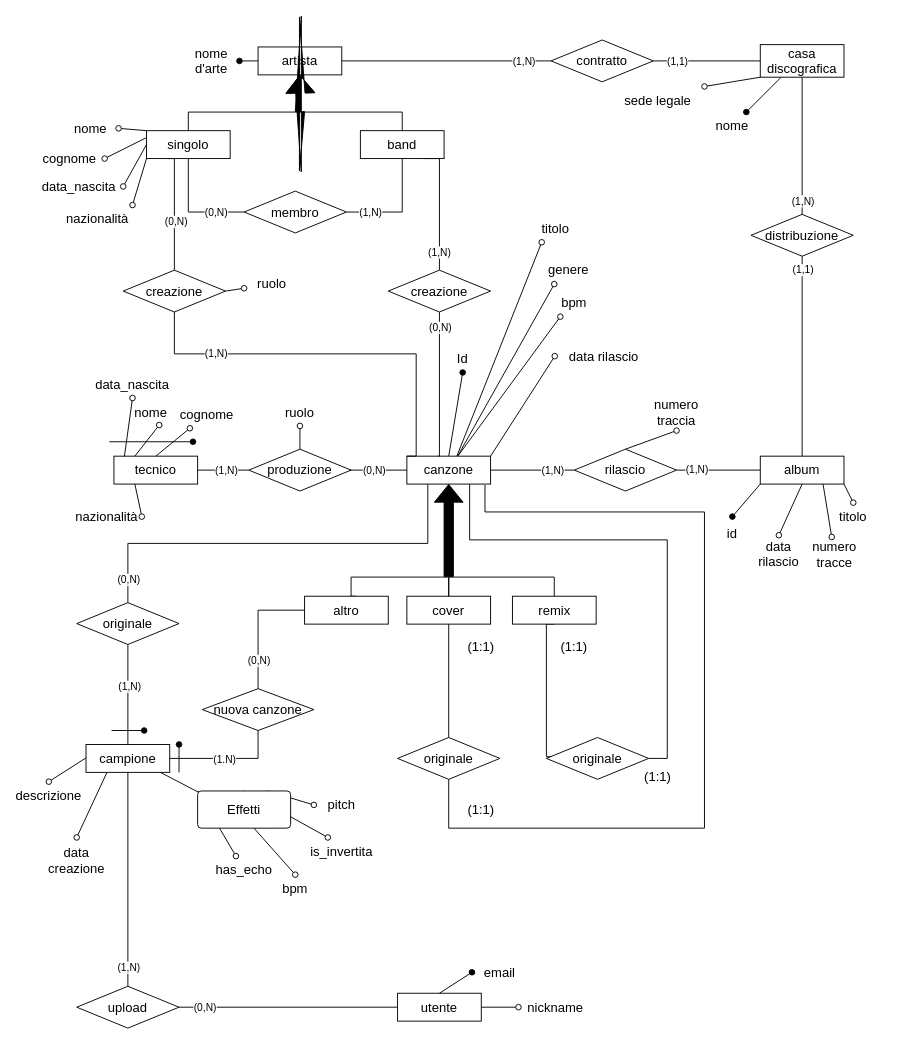
The draw.io diagram diagramma er v2.drawio in Stef4noo/materiale-progetto-basi, before the edit. Source tidied: cells renumbered, new cells numbered last; positions are measured from the earlier drawing's top-left corner, leaving out a move shared by most shapes. Both pictures are drawn from the tidied source at 93%, with x=0, y=0 at pixel (20, 39).
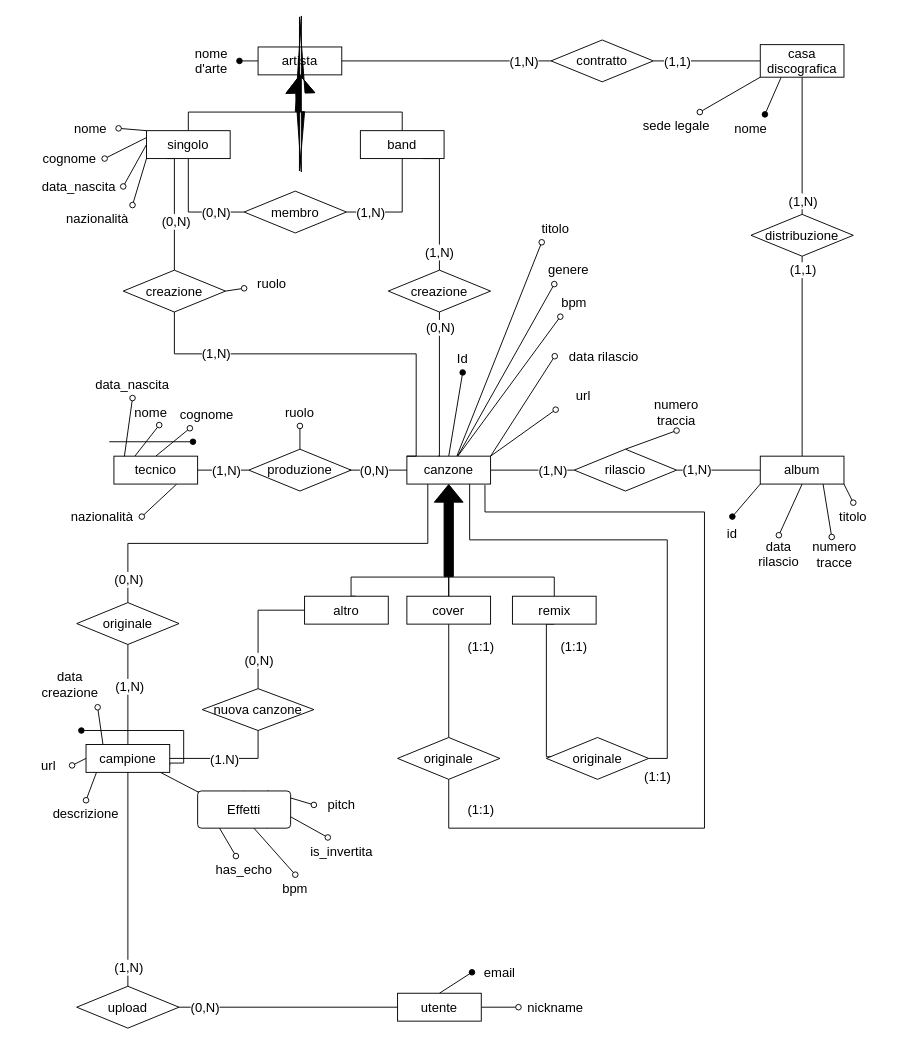
The same page after the edit.

The change refers to these unchanged cells:
```xml
<mxCell id="7" style="edgeStyle=orthogonalEdgeStyle;rounded=0;jettySize=auto;html=1;exitX=0.25;exitY=1;exitDx=0;exitDy=0;entryX=0.5;entryY=0;entryDx=0;entryDy=0;endArrow=none;endFill=0;fontSize=14;" parent="1" edge="1" source="9" target="30">
  <mxGeometry relative="1" as="geometry" />
</mxCell>
<mxCell id="9" value="canzone" style="whiteSpace=wrap;html=1;align=center;labelBackgroundColor=none;fontSize=14;" parent="1" vertex="1">
  <mxGeometry x="415" y="448" width="90" height="30" as="geometry" />
</mxCell>
<mxCell id="18" value="campione" style="whiteSpace=wrap;html=1;align=center;labelBackgroundColor=none;fontSize=14;" parent="1" vertex="1">
  <mxGeometry x="70" y="758" width="90" height="30" as="geometry" />
</mxCell>
<mxCell id="19" style="edgeStyle=orthogonalEdgeStyle;rounded=0;jettySize=auto;html=1;entryX=1;entryY=0.5;entryDx=0;entryDy=0;endArrow=none;endFill=0;labelBackgroundColor=none;fontColor=default;fontSize=14;" parent="1" edge="1" source="24" target="9">
  <mxGeometry relative="1" as="geometry" />
</mxCell>
<mxCell id="21" style="edgeStyle=orthogonalEdgeStyle;rounded=0;jettySize=auto;html=1;entryX=0;entryY=0.5;entryDx=0;entryDy=0;endArrow=none;endFill=0;labelBackgroundColor=none;fontColor=default;fontSize=14;" parent="1" edge="1" source="24" target="14">
  <mxGeometry relative="1" as="geometry" />
</mxCell>
<mxCell id="25" style="edgeStyle=orthogonalEdgeStyle;rounded=0;jettySize=auto;html=1;exitX=0.75;exitY=1;exitDx=0;exitDy=0;entryX=0.5;entryY=0;entryDx=0;entryDy=0;endArrow=none;endFill=0;fontSize=14;" parent="1" edge="1" source="27" target="127">
  <mxGeometry relative="1" as="geometry">
    <Array as="points">
      <mxPoint x="450" y="128" />
    </Array>
  </mxGeometry>
</mxCell>
<mxCell id="28" style="edgeStyle=orthogonalEdgeStyle;rounded=0;jettySize=auto;html=1;exitX=0.5;exitY=1;exitDx=0;exitDy=0;endArrow=none;endFill=0;fontSize=14;" parent="1" edge="1" source="30" target="18">
  <mxGeometry relative="1" as="geometry" />
</mxCell>
<mxCell id="31" style="edgeStyle=orthogonalEdgeStyle;rounded=0;jettySize=auto;html=1;exitX=0.5;exitY=0;exitDx=0;exitDy=0;entryX=0;entryY=0.5;entryDx=0;entryDy=0;endArrow=none;endFill=0;fontSize=14;" parent="1" edge="1" source="33" target="136">
  <mxGeometry relative="1" as="geometry" />
</mxCell>
<mxCell id="37" style="edgeStyle=orthogonalEdgeStyle;rounded=0;jettySize=auto;html=1;entryX=0.5;entryY=1;entryDx=0;entryDy=0;endArrow=none;endFill=0;fontSize=14;" parent="1" edge="1" source="41" target="18">
  <mxGeometry relative="1" as="geometry" />
</mxCell>
<mxCell id="39" style="edgeStyle=orthogonalEdgeStyle;rounded=0;jettySize=auto;html=1;exitX=1;exitY=0.5;exitDx=0;exitDy=0;entryX=0;entryY=0.5;entryDx=0;entryDy=0;endArrow=none;endFill=0;fontSize=14;" parent="1" edge="1" source="41" target="36">
  <mxGeometry relative="1" as="geometry" />
</mxCell>
<mxCell id="42" style="edgeStyle=orthogonalEdgeStyle;rounded=0;jettySize=auto;html=1;exitX=0;exitY=0.5;exitDx=0;exitDy=0;entryX=0.5;entryY=1;entryDx=0;entryDy=0;endArrow=none;endFill=0;fontSize=14;" parent="1" edge="1" source="46" target="54">
  <mxGeometry relative="1" as="geometry" />
</mxCell>
<mxCell id="44" style="edgeStyle=orthogonalEdgeStyle;rounded=0;jettySize=auto;html=1;exitX=1;exitY=0.5;exitDx=0;exitDy=0;entryX=0.5;entryY=1;entryDx=0;entryDy=0;endArrow=none;endFill=0;fontSize=14;" parent="1" edge="1" source="46" target="27">
  <mxGeometry relative="1" as="geometry" />
</mxCell>
<mxCell id="51" style="edgeStyle=orthogonalEdgeStyle;rounded=0;jettySize=auto;html=1;exitX=0.25;exitY=1;exitDx=0;exitDy=0;endArrow=none;endFill=0;fontSize=14;" parent="1" edge="1" source="54" target="62">
  <mxGeometry relative="1" as="geometry">
    <Array as="points">
      <mxPoint x="165" y="128" />
    </Array>
  </mxGeometry>
</mxCell>
<mxCell id="60" value="tecnico" style="whiteSpace=wrap;html=1;align=center;labelBackgroundColor=none;fontSize=14;" parent="1" vertex="1">
  <mxGeometry x="100" y="448" width="90" height="30" as="geometry" />
</mxCell>
<mxCell id="63" style="edgeStyle=orthogonalEdgeStyle;rounded=0;jettySize=auto;html=1;shape=wire;dashed=1;endArrow=none;endFill=0;entryX=0;entryY=0.5;entryDx=0;entryDy=0;exitX=1;exitY=0.5;exitDx=0;exitDy=0;fontSize=14;" parent="1" edge="1" source="68" target="9">
  <mxGeometry relative="1" as="geometry">
    <Array as="points">
      <mxPoint x="345" y="463" />
      <mxPoint x="345" y="463" />
    </Array>
  </mxGeometry>
</mxCell>
<mxCell id="66" style="edgeStyle=orthogonalEdgeStyle;rounded=0;jettySize=auto;html=1;exitX=0;exitY=0.5;exitDx=0;exitDy=0;entryX=1;entryY=0.5;entryDx=0;entryDy=0;endArrow=none;endFill=0;fontSize=14;" parent="1" edge="1" source="68" target="60">
  <mxGeometry relative="1" as="geometry" />
</mxCell>
<mxCell id="69" style="edgeStyle=orthogonalEdgeStyle;rounded=0;jettySize=auto;html=1;entryX=0;entryY=0;entryDx=0;entryDy=0;endArrow=none;endFill=0;exitX=0.5;exitY=1;exitDx=0;exitDy=0;fontSize=14;" parent="1" edge="1" source="62" target="9">
  <mxGeometry relative="1" as="geometry">
    <Array as="points">
      <mxPoint x="165" y="338" />
      <mxPoint x="425" y="338" />
      <mxPoint x="425" y="448" />
    </Array>
  </mxGeometry>
</mxCell>
<mxCell id="71" style="edgeStyle=orthogonalEdgeStyle;rounded=0;jettySize=auto;html=1;exitX=0;exitY=0.5;exitDx=0;exitDy=0;entryX=1;entryY=0.5;entryDx=0;entryDy=0;endArrow=none;endFill=0;fontSize=14;" parent="1" edge="1" source="77" target="80">
  <mxGeometry relative="1" as="geometry" />
</mxCell>
<mxCell id="77" value="casa discografica" style="whiteSpace=wrap;html=1;align=center;labelBackgroundColor=none;fontSize=14;" parent="1" vertex="1">
  <mxGeometry x="795" y="5.5" width="90" height="35" as="geometry" />
</mxCell>
<mxCell id="78" style="edgeStyle=orthogonalEdgeStyle;rounded=0;jettySize=auto;html=1;exitX=0;exitY=0.5;exitDx=0;exitDy=0;entryX=1;entryY=0.5;entryDx=0;entryDy=0;endArrow=none;endFill=0;fontSize=14;" parent="1" edge="1" source="80" target="56">
  <mxGeometry relative="1" as="geometry" />
</mxCell>
<mxCell id="81" style="edgeStyle=orthogonalEdgeStyle;rounded=0;jettySize=auto;html=1;exitX=0.5;exitY=1;exitDx=0;exitDy=0;endArrow=none;endFill=0;fontSize=14;" parent="1" edge="1" source="83" target="14">
  <mxGeometry relative="1" as="geometry" />
</mxCell>
<mxCell id="83" value="distribuzione" style="shape=rhombus;perimeter=rhombusPerimeter;whiteSpace=wrap;html=1;align=center;labelBackgroundColor=none;fontSize=14;" parent="1" vertex="1">
  <mxGeometry x="785" y="188" width="110" height="45" as="geometry" />
</mxCell>
<mxCell id="101" style="edgeStyle=orthogonalEdgeStyle;rounded=0;jettySize=auto;html=1;exitX=1;exitY=0.5;exitDx=0;exitDy=0;entryX=0.5;entryY=1;entryDx=0;entryDy=0;endArrow=none;endFill=0;fontSize=14;" parent="1" edge="1" source="18" target="33">
  <mxGeometry relative="1" as="geometry">
    <Array as="points">
      <mxPoint x="255" y="773" />
    </Array>
  </mxGeometry>
</mxCell>
<mxCell id="128" style="edgeStyle=orthogonalEdgeStyle;rounded=0;jettySize=auto;html=1;exitX=0.5;exitY=1;exitDx=0;exitDy=0;entryX=0.375;entryY=-0.003;entryDx=0;entryDy=0;entryPerimeter=0;endArrow=none;endFill=0;fontSize=14;" parent="1" edge="1" source="127" target="9">
  <mxGeometry relative="1" as="geometry">
    <Array as="points">
      <mxPoint x="450" y="448" />
    </Array>
  </mxGeometry>
</mxCell>
```

Change to the diagram source:
```diff
@@
-    <mxCell id="8" value="(0,N)" style="edgeLabel;html=1;align=center;verticalAlign=middle;" parent="7" vertex="1">
+    <mxCell id="8" value="(0,N)" style="edgeLabel;html=1;align=center;verticalAlign=middle;fontSize=14;" parent="7" vertex="1">
       <mxGeometry x="0.89" y="3" relative="1" as="geometry">
         <mxPoint x="-3" as="offset" />
       </mxGeometry>
     </mxCell>
+    <mxCell id="147" style="rounded=0;jettySize=auto;html=1;exitX=1;exitY=0;exitDx=0;exitDy=0;entryX=0;entryY=1;entryDx=0;entryDy=0;endArrow=oval;endFill=0;" parent="1" edge="1" source="9" target="151">
+      <mxGeometry relative="1" as="geometry" />
+    </mxCell>
@@
-    <mxCell id="16" style="rounded=0;jettySize=auto;html=1;exitX=0.25;exitY=1;exitDx=0;exitDy=0;entryX=0.5;entryY=0;entryDx=0;entryDy=0;endArrow=oval;endFill=0;fontSize=14;" parent="1" edge="1" source="18" target="107">
+    <mxCell id="16" style="rounded=0;jettySize=auto;html=1;exitX=0.25;exitY=1;exitDx=0;exitDy=0;entryX=1;entryY=1;entryDx=0;entryDy=0;endArrow=oval;endFill=0;fontSize=14;" parent="1" edge="1" source="18" target="107">
       <mxGeometry relative="1" as="geometry" />
     </mxCell>
@@
+    <mxCell id="148" style="rounded=0;jettySize=auto;html=1;exitX=0;exitY=0.5;exitDx=0;exitDy=0;entryX=1;entryY=0.5;entryDx=0;entryDy=0;endArrow=oval;endFill=0;fontSize=14;" parent="1" edge="1" source="18" target="150">
+      <mxGeometry relative="1" as="geometry" />
+    </mxCell>
+    <mxCell id="149" style="edgeStyle=orthogonalEdgeStyle;rounded=0;jettySize=auto;html=1;exitX=1;exitY=0.75;exitDx=0;exitDy=0;endArrow=oval;endFill=1;" parent="1" edge="1" source="18">
+      <mxGeometry relative="1" as="geometry">
+        <mxPoint x="65" y="743" as="targetPoint" />
+        <Array as="points">
+          <mxPoint x="160" y="778" />
+          <mxPoint x="175" y="778" />
+          <mxPoint x="175" y="743" />
+        </Array>
+      </mxGeometry>
+    </mxCell>
@@
-    <mxCell id="20" value="(1,N)" style="edgeLabel;html=1;align=center;verticalAlign=middle;" parent="19" vertex="1">
+    <mxCell id="20" value="(1,N)" style="edgeLabel;html=1;align=center;verticalAlign=middle;fontSize=14;" parent="19" vertex="1">
       <mxGeometry x="-0.28" relative="1" as="geometry">
         <mxPoint x="8" as="offset" />
       </mxGeometry>
     </mxCell>
@@
-    <mxCell id="22" value="(1,N)" style="edgeLabel;html=1;align=center;verticalAlign=middle;" parent="21" vertex="1">
+    <mxCell id="22" value="(1,N)" style="edgeLabel;html=1;align=center;verticalAlign=middle;fontSize=14;" parent="21" vertex="1">
       <mxGeometry x="-0.54" y="1" relative="1" as="geometry" />
     </mxCell>
@@
-    <mxCell id="26" value="(1,N)" style="edgeLabel;html=1;align=center;verticalAlign=middle;" parent="25" vertex="1">
+    <mxCell id="26" value="(1,N)" style="edgeLabel;html=1;align=center;verticalAlign=middle;fontSize=14;" parent="25" vertex="1">
       <mxGeometry x="0.72" y="-1" relative="1" as="geometry" />
     </mxCell>
@@
-    <mxCell id="29" value="(1,N)" style="edgeLabel;html=1;align=center;verticalAlign=middle;" parent="28" vertex="1">
+    <mxCell id="29" value="(1,N)" style="edgeLabel;html=1;align=center;verticalAlign=middle;fontSize=14;" parent="28" vertex="1">
       <mxGeometry x="-0.17" y="1" relative="1" as="geometry" />
     </mxCell>
@@
-    <mxCell id="32" value="(0,N)" style="edgeLabel;html=1;align=center;verticalAlign=middle;" parent="31" vertex="1">
+    <mxCell id="32" value="(0,N)" style="edgeLabel;html=1;align=center;verticalAlign=middle;fontSize=14;" parent="31" vertex="1">
       <mxGeometry x="-0.54" relative="1" as="geometry" />
     </mxCell>
@@
-    <mxCell id="38" value="(1,N)" style="edgeLabel;html=1;align=center;verticalAlign=middle;" parent="37" vertex="1">
+    <mxCell id="38" value="(1,N)" style="edgeLabel;html=1;align=center;verticalAlign=middle;fontSize=14;" parent="37" vertex="1">
       <mxGeometry x="-0.82" relative="1" as="geometry" />
     </mxCell>
@@
-    <mxCell id="40" value="(0,N)" style="edgeLabel;html=1;align=center;verticalAlign=middle;" parent="39" vertex="1">
+    <mxCell id="40" value="(0,N)" style="edgeLabel;html=1;align=center;verticalAlign=middle;fontSize=14;" parent="39" vertex="1">
       <mxGeometry x="-0.77" relative="1" as="geometry" />
     </mxCell>
@@
-    <mxCell id="43" value="(0,N)" style="edgeLabel;html=1;align=center;verticalAlign=middle;" parent="42" vertex="1">
+    <mxCell id="43" value="(0,N)" style="edgeLabel;html=1;align=center;verticalAlign=middle;fontSize=14;" parent="42" vertex="1">
       <mxGeometry x="-0.47" relative="1" as="geometry" />
     </mxCell>
@@
-    <mxCell id="45" value="(1,N)" style="edgeLabel;html=1;align=center;verticalAlign=middle;" parent="44" vertex="1">
+    <mxCell id="45" value="(1,N)" style="edgeLabel;html=1;align=center;verticalAlign=middle;fontSize=14;" parent="44" vertex="1">
       <mxGeometry x="-0.54" y="1" relative="1" as="geometry">
         <mxPoint x="-2" y="1" as="offset" />
       </mxGeometry>
     </mxCell>
@@
-    <mxCell id="52" value="(0,N)" style="edgeLabel;html=1;align=center;verticalAlign=middle;" parent="51" vertex="1">
+    <mxCell id="52" value="(0,N)" style="edgeLabel;html=1;align=center;verticalAlign=middle;fontSize=14;" parent="51" vertex="1">
       <mxGeometry x="0.18" y="1" relative="1" as="geometry" />
     </mxCell>
@@
-    <mxCell id="57" style="rounded=0;jettySize=auto;html=1;exitX=0.25;exitY=1;exitDx=0;exitDy=0;endArrow=oval;endFill=0;entryX=1;entryY=0.5;entryDx=0;entryDy=0;fontSize=14;" parent="1" edge="1" source="60" target="89">
+    <mxCell id="57" style="rounded=0;jettySize=auto;html=1;exitX=0.75;exitY=1;exitDx=0;exitDy=0;endArrow=oval;endFill=0;entryX=1;entryY=0.5;entryDx=0;entryDy=0;fontSize=14;" parent="1" edge="1" source="60" target="89">
       <mxGeometry relative="1" as="geometry" />
     </mxCell>
@@
-    <mxCell id="64" value="(0,N)" style="edgeLabel;html=1;align=center;verticalAlign=middle;" parent="63" vertex="1">
+    <mxCell id="64" value="(0,N)" style="edgeLabel;html=1;align=center;verticalAlign=middle;fontSize=14;" parent="63" vertex="1">
       <mxGeometry x="0.1" y="-3" relative="1" as="geometry">
         <mxPoint y="-3" as="offset" />
       </mxGeometry>
     </mxCell>
@@
-    <mxCell id="67" value="(1,N)" style="edgeLabel;html=1;align=center;verticalAlign=middle;" parent="66" vertex="1">
+    <mxCell id="67" value="(1,N)" style="edgeLabel;html=1;align=center;verticalAlign=middle;fontSize=14;" parent="66" vertex="1">
       <mxGeometry x="0.08" y="-2" relative="1" as="geometry">
         <mxPoint x="5" y="2" as="offset" />
       </mxGeometry>
     </mxCell>
@@
-    <mxCell id="70" value="(1,N)" style="edgeLabel;html=1;align=center;verticalAlign=middle;" parent="69" vertex="1">
+    <mxCell id="70" value="(1,N)" style="edgeLabel;html=1;align=center;verticalAlign=middle;fontSize=14;" parent="69" vertex="1">
       <mxGeometry x="-0.57" y="1" relative="1" as="geometry">
         <mxPoint x="-2" as="offset" />
       </mxGeometry>
     </mxCell>
@@
-    <mxCell id="72" value="(1,1)" style="edgeLabel;html=1;align=center;verticalAlign=middle;" parent="71" vertex="1">
+    <mxCell id="72" value="(1,1)" style="edgeLabel;html=1;align=center;verticalAlign=middle;fontSize=14;" parent="71" vertex="1">
       <mxGeometry x="0.04" y="-1" relative="1" as="geometry">
         <mxPoint x="-30" y="1" as="offset" />
       </mxGeometry>
     </mxCell>
-    <mxCell id="73" style="rounded=0;jettySize=auto;html=1;exitX=0;exitY=1;exitDx=0;exitDy=0;entryX=1;entryY=0;entryDx=0;entryDy=0;endArrow=oval;endFill=0;fontSize=14;" parent="1" edge="1" source="77" target="94">
+    <mxCell id="73" style="rounded=0;jettySize=auto;html=1;exitX=0;exitY=1;exitDx=0;exitDy=0;entryX=0.75;entryY=0;entryDx=0;entryDy=0;endArrow=oval;endFill=0;fontSize=14;" parent="1" edge="1" source="77" target="94">
       <mxGeometry relative="1" as="geometry" />
     </mxCell>
@@
-    <mxCell id="75" style="edgeStyle=orthogonalEdgeStyle;rounded=0;jettySize=auto;html=1;exitX=0.5;exitY=1;exitDx=0;exitDy=0;entryX=0.5;entryY=0;entryDx=0;entryDy=0;endArrow=none;endFill=0;" parent="1" edge="1" source="77" target="83">
+    <mxCell id="75" style="edgeStyle=orthogonalEdgeStyle;rounded=0;jettySize=auto;html=1;exitX=0.5;exitY=1;exitDx=0;exitDy=0;entryX=0.5;entryY=0;entryDx=0;entryDy=0;endArrow=none;endFill=0;fontSize=14;" parent="1" edge="1" source="77" target="83">
       <mxGeometry relative="1" as="geometry" />
     </mxCell>
-    <mxCell id="76" value="(1,N)" style="edgeLabel;html=1;align=center;verticalAlign=middle;" parent="75" vertex="1">
+    <mxCell id="76" value="(1,N)" style="edgeLabel;html=1;align=center;verticalAlign=middle;fontSize=14;" parent="75" vertex="1">
       <mxGeometry x="0.03" y="-1" relative="1" as="geometry">
         <mxPoint x="1" y="57" as="offset" />
       </mxGeometry>
     </mxCell>
@@
-    <mxCell id="79" value="(1,N)" style="edgeLabel;html=1;align=center;verticalAlign=middle;" parent="78" vertex="1">
+    <mxCell id="79" value="(1,N)" style="edgeLabel;html=1;align=center;verticalAlign=middle;fontSize=14;" parent="78" vertex="1">
       <mxGeometry x="-0.14" y="1" relative="1" as="geometry">
         <mxPoint x="67" y="-1" as="offset" />
       </mxGeometry>
     </mxCell>
@@
-    <mxCell id="82" value="(1,1)" style="edgeLabel;html=1;align=center;verticalAlign=middle;" parent="81" vertex="1">
+    <mxCell id="82" value="(1,1)" style="edgeLabel;html=1;align=center;verticalAlign=middle;fontSize=14;" parent="81" vertex="1">
       <mxGeometry x="-0.81" y="-2" relative="1" as="geometry">
         <mxPoint x="2" y="-6" as="offset" />
       </mxGeometry>
     </mxCell>
@@
     <mxCell id="89" value="nazionalità" style="text;html=1;whiteSpace=wrap;strokeColor=none;fillColor=none;align=center;verticalAlign=middle;rounded=0;fontSize=14;" parent="1" vertex="1">
-      <mxGeometry x="55" y="498" width="75" height="30" as="geometry" />
+      <mxGeometry x="45" y="498" width="85" height="30" as="geometry" />
     </mxCell>
@@
     <mxCell id="94" value="sede legale" style="text;html=1;whiteSpace=wrap;strokeColor=none;fillColor=none;align=center;verticalAlign=middle;rounded=0;fontSize=14;" parent="1" vertex="1">
-      <mxGeometry x="635" y="50.5" width="100" height="30" as="geometry" />
+      <mxGeometry x="655" y="78" width="100" height="30" as="geometry" />
     </mxCell>
     <mxCell id="95" value="nome" style="text;html=1;whiteSpace=wrap;strokeColor=none;fillColor=none;align=center;verticalAlign=middle;rounded=0;fontSize=14;" parent="1" vertex="1">
-      <mxGeometry x="735" y="78" width="60" height="30" as="geometry" />
+      <mxGeometry x="755" y="80.5" width="60" height="30" as="geometry" />
     </mxCell>
@@
-    <mxCell id="102" value="(1.N)" style="edgeLabel;html=1;align=center;verticalAlign=middle;" parent="101" vertex="1">
+    <mxCell id="102" value="(1.N)" style="edgeLabel;html=1;align=center;verticalAlign=middle;fontSize=14;" parent="101" vertex="1">
       <mxGeometry x="-0.08" relative="1" as="geometry" />
     </mxCell>
@@
     <mxCell id="106" value="descrizione" style="text;html=1;whiteSpace=wrap;strokeColor=none;fillColor=none;align=center;verticalAlign=middle;rounded=0;fontSize=14;" parent="1" vertex="1">
-      <mxGeometry y="798" width="60" height="30" as="geometry" />
+      <mxGeometry x="40" y="818" width="60" height="30" as="geometry" />
     </mxCell>
     <mxCell id="107" value="data creazione" style="text;html=1;whiteSpace=wrap;strokeColor=none;fillColor=none;align=center;verticalAlign=middle;rounded=0;fontSize=14;" parent="1" vertex="1">
-      <mxGeometry x="30" y="858" width="60" height="50" as="geometry" />
+      <mxGeometry x="22.5" y="668" width="60" height="50" as="geometry" />
     </mxCell>
@@
-    <mxCell id="112" style="endArrow=oval;html=1;rounded=0;endFill=1;fontSize=14;" parent="1" edge="1">
-      <mxGeometry relative="1" as="geometry">
-        <mxPoint x="97.5" y="743" as="sourcePoint" />
-        <mxPoint x="132.5" y="743" as="targetPoint" />
-      </mxGeometry>
-    </mxCell>
-    <mxCell id="113" style="endArrow=oval;html=1;rounded=0;endFill=1;fontSize=14;" parent="1" edge="1">
-      <mxGeometry relative="1" as="geometry">
-        <mxPoint x="170" y="788" as="sourcePoint" />
-        <mxPoint x="170" y="758" as="targetPoint" />
-      </mxGeometry>
-    </mxCell>
@@
-    <mxCell id="129" value="(0,N)" style="edgeLabel;html=1;align=center;verticalAlign=middle;" parent="128" vertex="1">
+    <mxCell id="129" value="(0,N)" style="edgeLabel;html=1;align=center;verticalAlign=middle;fontSize=14;" parent="128" vertex="1">
       <mxGeometry x="-0.79" relative="1" as="geometry" />
     </mxCell>
@@
+    <mxCell id="150" value="url" style="text;html=1;whiteSpace=wrap;strokeColor=none;fillColor=none;align=center;verticalAlign=middle;rounded=0;fontSize=14;" parent="1" vertex="1">
+      <mxGeometry x="5" y="765.5" width="50" height="30" as="geometry" />
+    </mxCell>
+    <mxCell id="151" value="&lt;font style=&quot;font-size: 14px;&quot;&gt;url&lt;/font&gt;" style="text;html=1;whiteSpace=wrap;strokeColor=none;fillColor=none;align=center;verticalAlign=middle;rounded=0;" parent="1" vertex="1">
+      <mxGeometry x="575" y="368" width="60" height="30" as="geometry" />
+    </mxCell>
```
